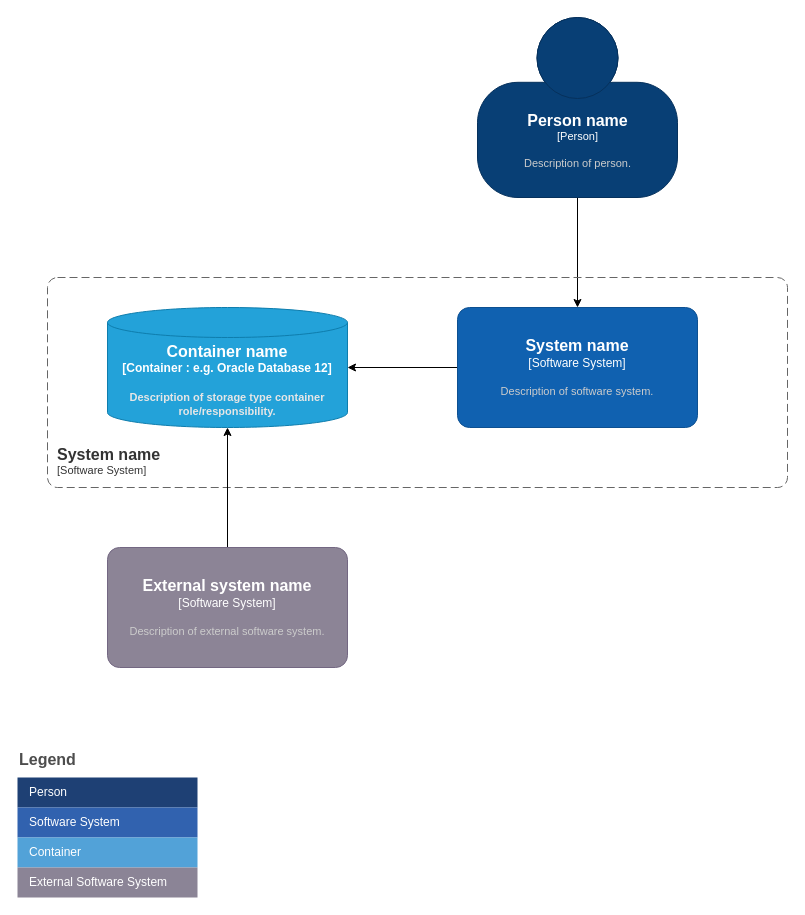
jankb/kotlintest keeps this draw.io diagram as page "Context Level" (1 of 2) of docs/designtest.drawio. Above is the earlier version. Source tidied: cells renumbered, new cells numbered last; positions are measured from the earlier drawing's top-left corner, leaving out a move shared by most shapes. Both pictures are drawn from the tidied source at 100%, with x=0, y=0 at pixel (17, 17).
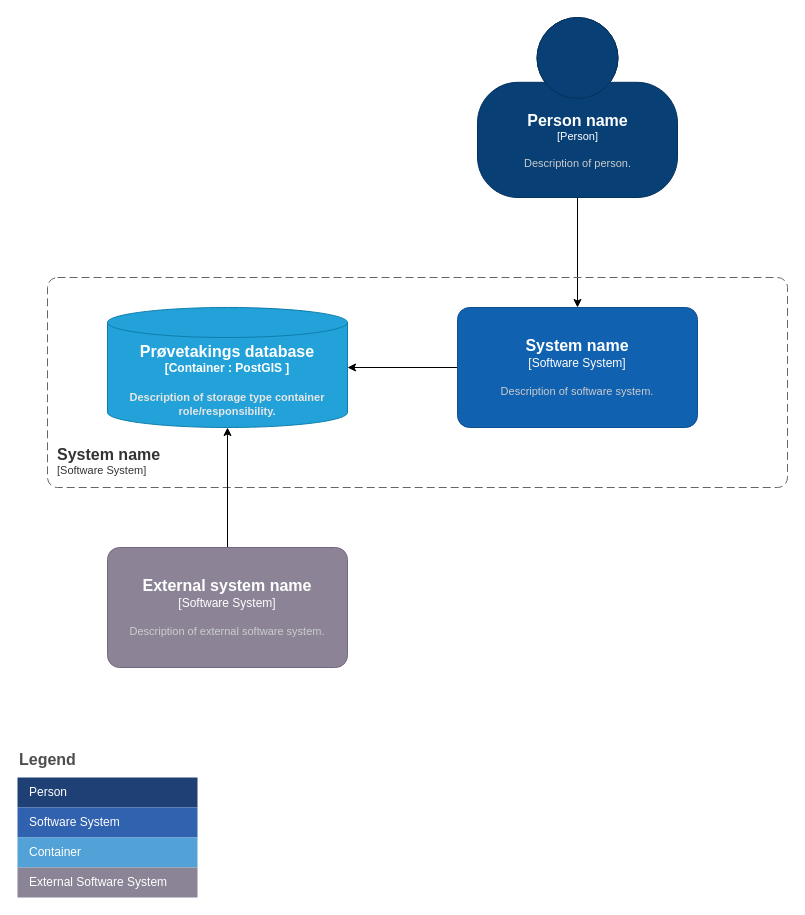
After the change.

Change to the diagram source:
```diff
@@
 <mxGraphModel>
   <root>
     <mxCell id="0" />
     <mxCell id="1" parent="0" />
     <mxCell id="2" style="edgeStyle=orthogonalEdgeStyle;rounded=0;jettySize=auto;html=1;exitX=0.5;exitY=1;exitDx=0;exitDy=0;exitPerimeter=0;entryX=0.5;entryY=0;entryDx=0;entryDy=0;entryPerimeter=0;" parent="1" edge="1" source="3" target="6">
       <mxGeometry relative="1" as="geometry" />
     </mxCell>
     <object id="3" label="&lt;font style=&quot;font-size: 16px&quot;&gt;&lt;b&gt;%c4Name%&lt;/b&gt;&lt;/font&gt;&lt;div&gt;[%c4Type%]&lt;/div&gt;&lt;br&gt;&lt;div&gt;&lt;font style=&quot;font-size: 11px&quot;&gt;&lt;font color=&quot;#cccccc&quot;&gt;%c4Description%&lt;/font&gt;&lt;/div&gt;" c4Description="Description of person." c4Name="Person name" c4Type="Person" placeholders="1">
       <mxCell style="html=1;fontSize=11;dashed=0;whitespace=wrap;fillColor=#083F75;strokeColor=#06315C;fontColor=#ffffff;shape=mxgraph.c4.person2;align=center;points=[[0.5,0,0],[1,0.5,0],[1,0.75,0],[0.75,1,0],[0.5,1,0],[0.25,1,0],[0,0.75,0],[0,0.5,0]];" parent="1" vertex="1">
         <mxGeometry x="460" width="200" height="180" as="geometry" />
       </mxCell>
     </object>
-    <object id="4" label="&lt;font style=&quot;font-size: 16px&quot;&gt;&lt;b&gt;%c4Type%&lt;/font&gt;&lt;div&gt;[%c4Container%:&amp;nbsp;%c4Technology%]&lt;/div&gt;&lt;br&gt;&lt;div&gt;&lt;font style=&quot;font-size: 11px&quot;&gt;&lt;font color=&quot;#E6E6E6&quot;&gt;%c4Description%&lt;/font&gt;&lt;/div&gt;" c4Container="Container " c4Description="Description of storage type container role/responsibility." c4Technology="e.g. Oracle Database 12" c4Type="Container name" placeholders="1">
+    <object id="4" label="&lt;font style=&quot;font-size: 16px&quot;&gt;&lt;b&gt;%c4Type%&lt;/font&gt;&lt;div&gt;[%c4Container%:&amp;nbsp;%c4Technology%]&lt;/div&gt;&lt;br&gt;&lt;div&gt;&lt;font style=&quot;font-size: 11px&quot;&gt;&lt;font color=&quot;#E6E6E6&quot;&gt;%c4Description%&lt;/font&gt;&lt;/div&gt;" c4Container="Container " c4Description="Description of storage type container role/responsibility." c4Technology="PostGIS " c4Type="Prøvetakings database" placeholders="1">
       <mxCell style="shape=cylinder3;size=15;whiteSpace=wrap;html=1;boundedLbl=1;rounded=0;labelBackgroundColor=none;fillColor=#23A2D9;fontSize=12;fontColor=#ffffff;align=center;strokeColor=#0E7DAD;points=[[0.5,0,0],[1,0.25,0],[1,0.5,0],[1,0.75,0],[0.5,1,0],[0,0.75,0],[0,0.5,0],[0,0.25,0]];" parent="1" vertex="1">
         <mxGeometry x="90" y="290" width="240" height="120" as="geometry" />
       </mxCell>
     </object>
     <mxCell id="5" style="edgeStyle=orthogonalEdgeStyle;rounded=0;jettySize=auto;html=1;exitX=0;exitY=0.5;exitDx=0;exitDy=0;exitPerimeter=0;entryX=1;entryY=0.5;entryDx=0;entryDy=0;entryPerimeter=0;" parent="1" edge="1" source="6" target="4">
       <mxGeometry relative="1" as="geometry" />
     </mxCell>
     <object id="6" label="&lt;font style=&quot;font-size: 16px&quot;&gt;&lt;b&gt;%c4Name%&lt;/b&gt;&lt;/font&gt;&lt;div&gt;[%c4Type%]&lt;/div&gt;&lt;br&gt;&lt;div&gt;&lt;font style=&quot;font-size: 11px&quot;&gt;&lt;font color=&quot;#cccccc&quot;&gt;%c4Description%&lt;/font&gt;&lt;/div&gt;" c4Description="Description of software system." c4Name="System name" c4Type="Software System" placeholders="1">
       <mxCell style="rounded=1;whiteSpace=wrap;html=1;labelBackgroundColor=none;fillColor=#1061B0;fontColor=#ffffff;align=center;arcSize=10;strokeColor=#0D5091;points=[[0.25,0,0],[0.5,0,0],[0.75,0,0],[1,0.25,0],[1,0.5,0],[1,0.75,0],[0.75,1,0],[0.5,1,0],[0.25,1,0],[0,0.75,0],[0,0.5,0],[0,0.25,0]];" parent="1" vertex="1">
         <mxGeometry x="440" y="290" width="240" height="120" as="geometry" />
       </mxCell>
     </object>
     <object id="7" label="&lt;font style=&quot;font-size: 16px&quot;&gt;&lt;b&gt;&lt;div style=&quot;text-align: left&quot;&gt;%c4Name%&lt;/div&gt;&lt;/b&gt;&lt;/font&gt;&lt;div style=&quot;text-align: left&quot;&gt;[%c4Application%]&lt;/div&gt;" c4Application="Software System" c4Name="System name" placeholders="1">
       <mxCell style="rounded=1;fontSize=11;whiteSpace=wrap;html=1;dashed=1;arcSize=20;fillColor=none;strokeColor=#666666;fontColor=#333333;labelBackgroundColor=none;align=left;verticalAlign=bottom;labelBorderColor=none;spacingTop=0;spacing=10;dashPattern=8 4;perimeter=rectanglePerimeter;noLabel=0;labelPadding=0;absoluteArcSize=1;" parent="1" vertex="1">
         <mxGeometry x="30" y="260" width="740" height="210" as="geometry" />
       </mxCell>
     </object>
     <mxCell id="8" style="edgeStyle=orthogonalEdgeStyle;rounded=0;jettySize=auto;html=1;exitX=0.5;exitY=0;exitDx=0;exitDy=0;exitPerimeter=0;" parent="1" edge="1" source="9" target="4">
       <mxGeometry relative="1" as="geometry" />
     </mxCell>
     <object id="9" label="&lt;font style=&quot;font-size: 16px&quot;&gt;&lt;b&gt;%c4Name%&lt;/b&gt;&lt;/font&gt;&lt;div&gt;[%c4Type%]&lt;/div&gt;&lt;br&gt;&lt;div&gt;&lt;font style=&quot;font-size: 11px&quot;&gt;&lt;font color=&quot;#cccccc&quot;&gt;%c4Description%&lt;/font&gt;&lt;/div&gt;" c4Description="Description of external software system." c4Name="External system name" c4Type="Software System" placeholders="1">
       <mxCell style="rounded=1;whiteSpace=wrap;html=1;labelBackgroundColor=none;fillColor=#8C8496;fontColor=#ffffff;align=center;arcSize=10;strokeColor=#736782;points=[[0.25,0,0],[0.5,0,0],[0.75,0,0],[1,0.25,0],[1,0.5,0],[1,0.75,0],[0.75,1,0],[0.5,1,0],[0.25,1,0],[0,0.75,0],[0,0.5,0],[0,0.25,0]];" parent="1" vertex="1">
         <mxGeometry x="90" y="530" width="240" height="120" as="geometry" />
       </mxCell>
     </object>
     <mxCell id="10" value="Legend" style="align=left;fontSize=16;fontStyle=1;strokeColor=none;fillColor=none;fontColor=#4D4D4D;spacingTop=-8;" parent="1" vertex="1">
       <mxGeometry y="730" width="180" height="30" as="geometry" />
     </mxCell>
     <mxCell id="11" style="shape=table;html=1;whiteSpace=wrap;startSize=0;childLayout=tableLayout;fillColor=none;align=left;spacingLeft=10;strokeColor=none;rounded=1;arcSize=11;fontColor=#FFFFFF;" parent="1" vertex="1">
       <mxGeometry y="760" width="180" height="120" as="geometry" />
     </mxCell>
     <mxCell id="12" value="Person" style="shape=partialRectangle;html=1;whiteSpace=wrap;fillColor=#1E4074;top=0;left=0;bottom=0;right=0;overflow=hidden;align=left;spacingLeft=10;strokeColor=none;fontColor=#FFFFFF;" parent="11" vertex="1">
       <mxGeometry width="180" height="30" as="geometry" />
     </mxCell>
     <mxCell id="13" value="Software System" style="shape=partialRectangle;html=1;whiteSpace=wrap;fillColor=#3162AF;top=0;left=0;bottom=0;right=0;overflow=hidden;align=left;spacingLeft=10;fontColor=#FFFFFF;" parent="11" vertex="1">
       <mxGeometry y="30" width="180" height="30" as="geometry" />
     </mxCell>
     <mxCell id="14" value="Container" style="shape=partialRectangle;html=1;whiteSpace=wrap;fillColor=#52A2D8;top=0;left=0;bottom=0;right=0;overflow=hidden;align=left;spacingLeft=10;fontColor=#FFFFFF;" parent="11" vertex="1">
       <mxGeometry y="60" width="180" height="30" as="geometry" />
     </mxCell>
     <mxCell id="15" value="External Software System" style="shape=partialRectangle;html=1;whiteSpace=wrap;fillColor=#8B8496;top=0;left=0;bottom=0;right=0;overflow=hidden;align=left;spacingLeft=10;fontColor=#FFFFFF;" parent="11" vertex="1">
       <mxGeometry y="90" width="180" height="30" as="geometry" />
     </mxCell>
   </root>
 </mxGraphModel>
```
